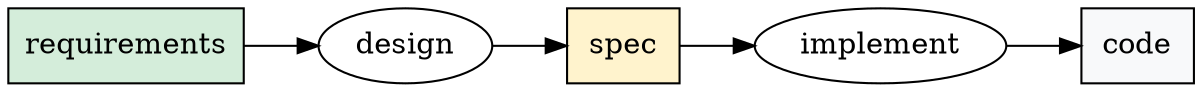
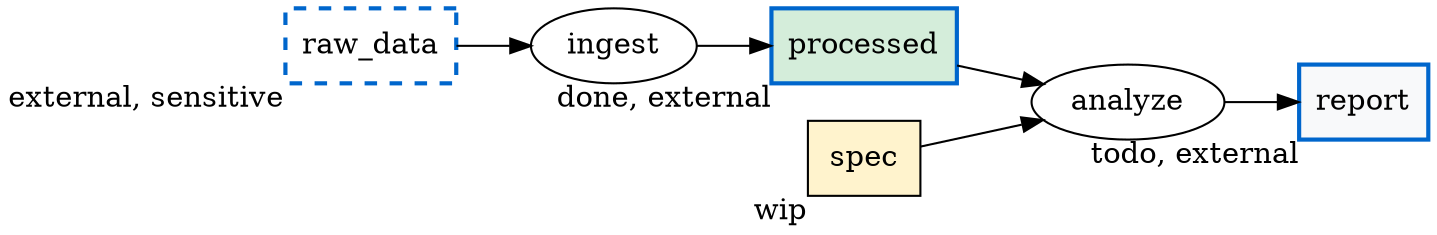
digraph PFDSL {
  rankdir=LR;

-   "code" [shape=box, label="code", fillcolor="#f8f9fa", style="filled"];
-   "design" [shape=ellipse, label="design"];
-   "implement" [shape=ellipse, label="implement"];
-   "requirements" [shape=box, label="requirements", fillcolor="#d4edda", style="filled"];
-   "spec" [shape=box, label="spec", fillcolor="#fff3cd", style="filled"];
+   "analyze" [shape=ellipse, label="analyze"];
+   "ingest" [shape=ellipse, label="ingest"];
+   "processed" [shape=box, label="processed", xlabel="done, external", fillcolor="#d4edda", color="#0066cc", style="filled", penwidth="2"];
+   "raw_data" [shape=box, label="raw_data", xlabel="external, sensitive", color="#0066cc", style="dashed", penwidth="2"];
+   "report" [shape=box, label="report", xlabel="todo, external", fillcolor="#f8f9fa", color="#0066cc", style="filled", penwidth="2"];
+   "spec" [shape=box, label="spec", xlabel="wip", fillcolor="#fff3cd", style="filled"];

-   "requirements" -> "design";
-   "design" -> "spec";
-   "spec" -> "implement";
-   "implement" -> "code";
+   "raw_data" -> "ingest";
+   "ingest" -> "processed";
+   "spec" -> "analyze";
+   "analyze" -> "report";
+   "processed" -> "analyze";
}
